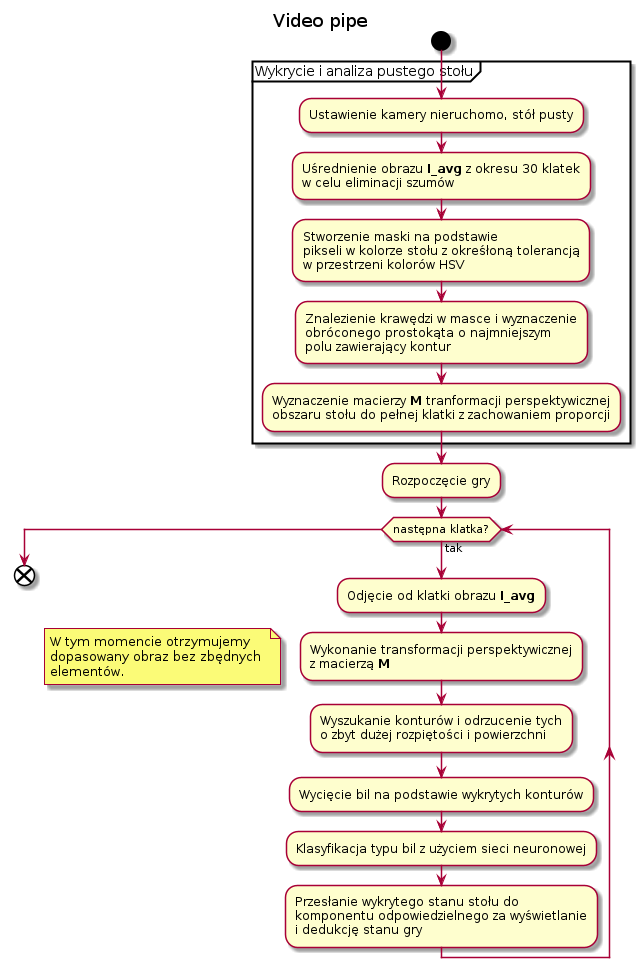
Earlier version of the PlantUML export docs/src/diagrams/out/video_pipe.png (damiankoper/ripo).
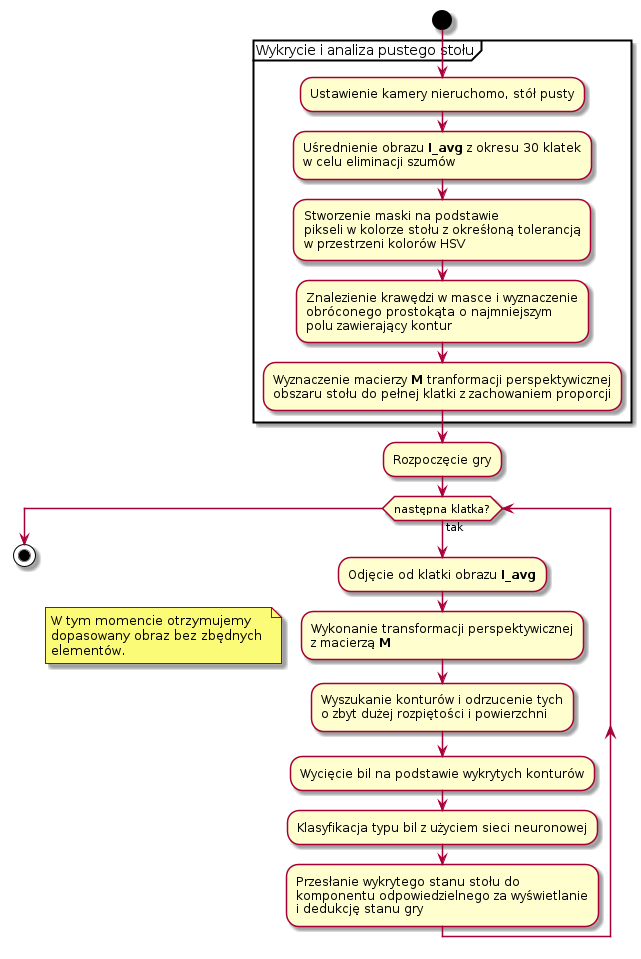
Above is the later version.

The edit, as a diff of the source:
```diff
@@ -1,5 +1,4 @@
 @startuml video_pipe
-title Video pipe
 start
 partition "Wykrycie i analiza pustego stołu" {
 :Ustawienie kamery nieruchomo, stół pusty;
@@ -35,6 +34,6 @@
   i dedukcję stanu gry;
 endwhile
 
-end
+stop
 
 @enduml
```
